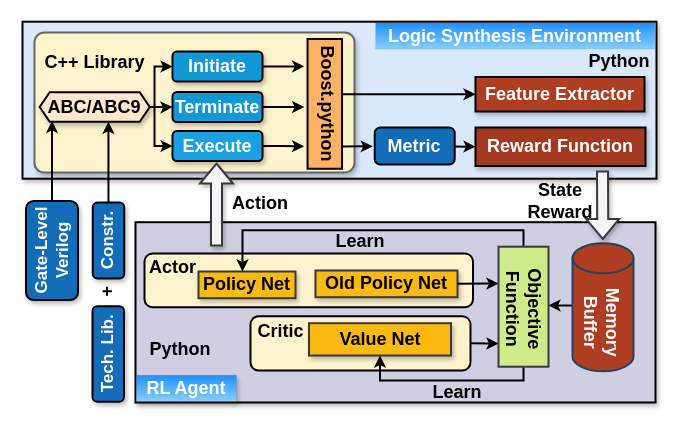
Above: learningframework.drawio in kxzhu0505/LogicSynOpt (draw.io), before the change. Source tidied: cells renumbered, new cells numbered last; positions are measured from the earlier drawing's top-left corner, leaving out a move shared by most shapes. Both pictures are drawn from the tidied source at 100%, with x=0, y=0 at pixel (2, 21).
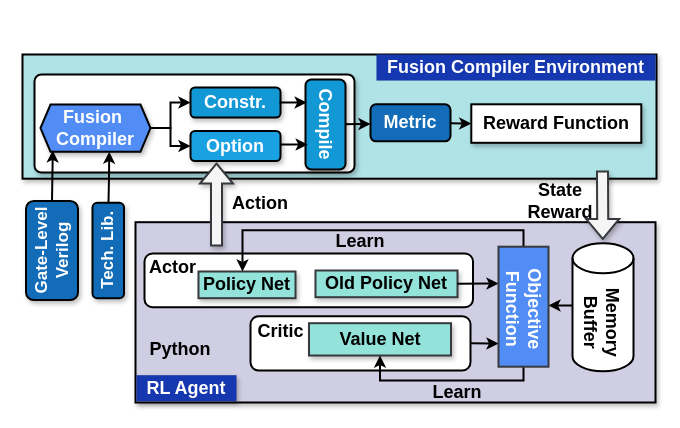
The same diagram, later.

Unchanged cells that the change refers to:
```xml
<mxCell id="46" style="group;" parent="1" vertex="1">
  <mxGeometry x="570" y="226.7" width="61" height="128" as="geometry" />
</mxCell>
```

Diff of the diagram source:
```diff
@@
-    <mxCell id="3" style="rounded=0;whiteSpace=wrap;html=1;fillColor=#dae8fc;strokeColor=#000000;strokeWidth=2;shadow=1;" parent="1" vertex="1">
-      <mxGeometry x="20" y="0.2" width="634" height="157" as="geometry" />
+    <mxCell id="3" style="rounded=0;whiteSpace=wrap;html=1;fillColor=#b0e3e6;strokeColor=light-dark(#000000, #46a8af);strokeWidth=2;shadow=1;" parent="1" vertex="1">
+      <mxGeometry x="20" y="33" width="634" height="124.2" as="geometry" />
     </mxCell>
-    <mxCell id="4" value="&lt;b style=&quot;&quot;&gt;&lt;font color=&quot;#ffffff&quot; style=&quot;font-size: 18px;&quot;&gt;Feature Extractor&lt;/font&gt;&lt;/b&gt;" style="rounded=0;whiteSpace=wrap;html=1;fillColor=#ae3d22;strokeColor=#000000;strokeWidth=2;shadow=1;" parent="1" vertex="1">
-      <mxGeometry x="473" y="55.5" width="169" height="34.5" as="geometry" />
-    </mxCell>
@@
     <mxCell id="6" value="&lt;font color=&quot;#ffffff&quot; size=&quot;1&quot; style=&quot;&quot;&gt;&lt;b style=&quot;font-size: 18px;&quot;&gt;Metric&lt;/b&gt;&lt;/font&gt;" style="rounded=1;whiteSpace=wrap;html=1;fillColor=#136cb7;strokeColor=#000000;strokeWidth=2;" parent="1" vertex="1">
-      <mxGeometry x="372.2" y="106" width="80" height="37" as="geometry" />
+      <mxGeometry x="368" y="82.8" width="80" height="37" as="geometry" />
     </mxCell>
-    <mxCell id="7" value="&lt;b style=&quot;&quot;&gt;&lt;font color=&quot;#ffffff&quot; style=&quot;font-size: 18px;&quot;&gt;Reward Function&lt;/font&gt;&lt;/b&gt;" style="rounded=0;whiteSpace=wrap;html=1;fillColor=#A23920;strokeColor=#000000;strokeWidth=2;shadow=1;" parent="1" vertex="1">
-      <mxGeometry x="473" y="106" width="170" height="38.5" as="geometry" />
+    <mxCell id="7" value="&lt;b style=&quot;&quot;&gt;&lt;font style=&quot;font-size: 18px; color: rgb(0, 0, 0);&quot;&gt;Reward Function&lt;/font&gt;&lt;/b&gt;" style="rounded=0;whiteSpace=wrap;html=1;fillColor=#FFFFFF;strokeColor=#000000;strokeWidth=2;shadow=1;" parent="1" vertex="1">
+      <mxGeometry x="468.8" y="82.8" width="170" height="38.5" as="geometry" />
     </mxCell>
@@
-    <mxCell id="9" value="&lt;font color=&quot;#ffffff&quot; size=&quot;1&quot; style=&quot;&quot;&gt;&lt;b style=&quot;font-size: 18px;&quot;&gt;RL Agent&lt;/b&gt;&lt;/font&gt;" style="text;html=1;align=center;verticalAlign=middle;whiteSpace=wrap;rounded=0;fillColor=#1E90FF;strokeColor=#36393d;strokeWidth=0;shadow=1;gradientColor=#87CEFA;" parent="1" vertex="1">
+    <mxCell id="9" value="&lt;font color=&quot;#ffffff&quot; size=&quot;1&quot; style=&quot;&quot;&gt;&lt;b style=&quot;font-size: 18px;&quot;&gt;RL Agent&lt;/b&gt;&lt;/font&gt;" style="text;html=1;align=center;verticalAlign=middle;whiteSpace=wrap;rounded=0;fillColor=#1537AF;strokeColor=#36393d;strokeWidth=0;shadow=1;gradientColor=none;" parent="1" vertex="1">
       <mxGeometry x="134" y="353.7" width="100" height="26" as="geometry" />
     </mxCell>
-    <mxCell id="10" style="rounded=1;whiteSpace=wrap;html=1;strokeWidth=2;fillColor=#fef3cd;" parent="1" vertex="1">
+    <mxCell id="10" style="rounded=1;whiteSpace=wrap;html=1;strokeWidth=2;fillColor=#FFFFFF;" parent="1" vertex="1">
       <mxGeometry x="142" y="232" width="328.5" height="53.7" as="geometry" />
     </mxCell>
-    <mxCell id="11" value="&lt;b style=&quot;&quot;&gt;&lt;font style=&quot;font-size: 18px;&quot;&gt;Policy Net&lt;/font&gt;&lt;/b&gt;" style="rounded=0;whiteSpace=wrap;html=1;fillColor=#faba11;strokeColor=#36393d;strokeWidth=2;shadow=1;" parent="1" vertex="1">
+    <mxCell id="11" value="&lt;b style=&quot;&quot;&gt;&lt;font style=&quot;font-size: 18px;&quot;&gt;Policy Net&lt;/font&gt;&lt;/b&gt;" style="rounded=0;whiteSpace=wrap;html=1;fillColor=light-dark(#93e3da, #824b00);strokeColor=#36393d;strokeWidth=2;shadow=1;" parent="1" vertex="1">
       <mxGeometry x="196" y="250" width="97" height="26.7" as="geometry" />
     </mxCell>
-    <mxCell id="12" value="&lt;b style=&quot;&quot;&gt;&lt;font style=&quot;font-size: 18px;&quot;&gt;Old Policy Net&lt;/font&gt;&lt;/b&gt;" style="rounded=0;whiteSpace=wrap;html=1;fillColor=#faba11;strokeColor=#36393d;strokeWidth=2;shadow=1;" parent="1" vertex="1">
+    <mxCell id="12" value="&lt;b style=&quot;&quot;&gt;&lt;font style=&quot;font-size: 18px;&quot;&gt;Old Policy Net&lt;/font&gt;&lt;/b&gt;" style="rounded=0;whiteSpace=wrap;html=1;fillColor=light-dark(#93e3da, #824b00);strokeColor=#36393d;strokeWidth=2;shadow=1;" parent="1" vertex="1">
       <mxGeometry x="313" y="249" width="142" height="26.7" as="geometry" />
     </mxCell>
-    <mxCell id="13" style="rounded=1;whiteSpace=wrap;html=1;strokeWidth=2;fillColor=#fef3cd;" parent="1" vertex="1">
+    <mxCell id="13" style="rounded=1;whiteSpace=wrap;html=1;strokeWidth=2;fillColor=#FFFFFF;" parent="1" vertex="1">
       <mxGeometry x="248" y="294.7" width="220" height="54.3" as="geometry" />
     </mxCell>
-    <mxCell id="14" value="&lt;b style=&quot;&quot;&gt;&lt;font style=&quot;font-size: 18px;&quot;&gt;Value Net&lt;/font&gt;&lt;/b&gt;" style="rounded=0;whiteSpace=wrap;html=1;fillColor=#faba11;strokeColor=#36393d;strokeWidth=2;shadow=1;" parent="1" vertex="1">
+    <mxCell id="14" value="&lt;b style=&quot;&quot;&gt;&lt;font style=&quot;font-size: 18px;&quot;&gt;Value Net&lt;/font&gt;&lt;/b&gt;" style="rounded=0;whiteSpace=wrap;html=1;fillColor=light-dark(#93e3da, #824b00);strokeColor=#36393d;strokeWidth=2;shadow=1;" parent="1" vertex="1">
       <mxGeometry x="306.5" y="301.7" width="142" height="32.3" as="geometry" />
     </mxCell>
@@
-    <mxCell id="22" style="rounded=1;whiteSpace=wrap;html=1;fillColor=#fef3cd;fontColor=#333333;strokeColor=#666666;strokeWidth=2;shadow=1;arcSize=7;" parent="1" vertex="1">
-      <mxGeometry x="32" y="11" width="320" height="140" as="geometry" />
+    <mxCell id="22" style="rounded=1;whiteSpace=wrap;html=1;fillColor=#FFFFFF;fontColor=#333333;strokeColor=#000000;strokeWidth=2;shadow=1;arcSize=7;" parent="1" vertex="1">
+      <mxGeometry x="32" y="53" width="320" height="98" as="geometry" />
     </mxCell>
-    <mxCell id="23" value="&lt;font color=&quot;#ffffff&quot;&gt;&lt;b style=&quot;font-size: 18px;&quot;&gt;Logic Synthesis&amp;nbsp;&lt;/b&gt;&lt;b style=&quot;background-color: initial; font-size: 18px;&quot;&gt;Environment&lt;/b&gt;&lt;/font&gt;" style="text;html=1;align=center;verticalAlign=middle;whiteSpace=wrap;rounded=0;fillColor=#1E90FF;strokeColor=#36393d;strokeWidth=0;shadow=0;gradientColor=#87CEFA;" parent="1" vertex="1">
-      <mxGeometry x="373.2" y="1.5" width="279" height="26" as="geometry" />
+    <mxCell id="23" value="&lt;font color=&quot;#ffffff&quot;&gt;&lt;b style=&quot;font-size: 18px;&quot;&gt;Fusion Compiler&amp;nbsp;&lt;/b&gt;&lt;b style=&quot;background-color: initial; font-size: 18px;&quot;&gt;Environment&lt;/b&gt;&lt;/font&gt;" style="text;html=1;align=center;verticalAlign=middle;whiteSpace=wrap;rounded=0;fillColor=#1537AF;strokeColor=#36393d;strokeWidth=0;shadow=0;gradientColor=none;" parent="1" vertex="1">
+      <mxGeometry x="374" y="33" width="279" height="26" as="geometry" />
     </mxCell>
-    <mxCell id="24" style="edgeStyle=orthogonalEdgeStyle;rounded=0;jettySize=auto;html=1;entryX=0;entryY=0.5;entryDx=0;entryDy=0;strokeWidth=2;" parent="1" edge="1" source="26" target="31">
-      <mxGeometry relative="1" as="geometry" />
-    </mxCell>
-    <mxCell id="25" style="edgeStyle=orthogonalEdgeStyle;rounded=0;jettySize=auto;html=1;entryX=0;entryY=0.5;entryDx=0;entryDy=0;strokeWidth=2;" parent="1" edge="1" source="26" target="32">
-      <mxGeometry relative="1" as="geometry">
-        <Array as="points">
-          <mxPoint x="152" y="86" />
-          <mxPoint x="152" y="125" />
-        </Array>
-      </mxGeometry>
+    <mxCell id="25" style="edgeStyle=orthogonalEdgeStyle;rounded=0;jettySize=auto;html=1;entryX=0;entryY=0.5;entryDx=0;entryDy=0;strokeWidth=2;exitX=1;exitY=0.5;exitDx=0;exitDy=0;" parent="1" edge="1" source="26" target="32">
+      <mxGeometry relative="1" as="geometry" />
     </mxCell>
-    <mxCell id="26" value="&lt;span style=&quot;font-size: 18px;&quot;&gt;&lt;b&gt;ABC/ABC9&lt;/b&gt;&lt;/span&gt;" style="shape=hexagon;perimeter=hexagonPerimeter2;whiteSpace=wrap;html=1;fixedSize=1;fillColor=#ffe6cc;strokeColor=#000000;strokeWidth=2;shadow=1;rounded=0;size=10;" parent="1" vertex="1">
-      <mxGeometry x="37.2" y="70.8" width="110" height="29.5" as="geometry" />
+    <mxCell id="26" value="&lt;span style=&quot;font-size: 18px;&quot;&gt;&lt;b&gt;&lt;font style=&quot;color: rgb(255, 255, 255);&quot;&gt;Fusion&amp;nbsp;&lt;/font&gt;&lt;/b&gt;&lt;/span&gt;&lt;div&gt;&lt;span style=&quot;font-size: 18px;&quot;&gt;&lt;b&gt;&lt;font style=&quot;color: rgb(255, 255, 255);&quot;&gt;Compiler&lt;/font&gt;&lt;/b&gt;&lt;/span&gt;&lt;/div&gt;" style="shape=hexagon;perimeter=hexagonPerimeter2;whiteSpace=wrap;html=1;fixedSize=1;fillColor=#518DF5;strokeColor=#000000;strokeWidth=2;shadow=1;rounded=0;size=10;" parent="1" vertex="1">
+      <mxGeometry x="38" y="83" width="110" height="47.2" as="geometry" />
     </mxCell>
-    <mxCell id="27" value="&lt;font style=&quot;font-size: 18px;&quot;&gt;&lt;b&gt;C++ Library&lt;/b&gt;&lt;/font&gt;" style="text;html=1;align=center;verticalAlign=middle;whiteSpace=wrap;rounded=0;" parent="1" vertex="1">
-      <mxGeometry x="39.5" y="25.5" width="105" height="30" as="geometry" />
-    </mxCell>
-    <mxCell id="28" value="&lt;font style=&quot;font-size: 18px;&quot;&gt;&lt;b&gt;Python&lt;/b&gt;&lt;/font&gt;" style="text;html=1;align=center;verticalAlign=middle;whiteSpace=wrap;rounded=0;" parent="1" vertex="1">
-      <mxGeometry x="587" y="25.2" width="60" height="30" as="geometry" />
-    </mxCell>
-    <mxCell id="29" style="edgeStyle=orthogonalEdgeStyle;rounded=0;jettySize=auto;html=1;entryX=1;entryY=0.5;entryDx=0;entryDy=0;startArrow=classic;startFill=1;endArrow=none;endFill=0;strokeWidth=2;" parent="1" edge="1" source="30" target="26">
-      <mxGeometry relative="1" as="geometry">
-        <Array as="points">
-          <mxPoint x="152" y="45" />
-          <mxPoint x="152" y="86" />
-        </Array>
-      </mxGeometry>
+    <mxCell id="29" style="edgeStyle=orthogonalEdgeStyle;rounded=0;jettySize=auto;html=1;entryX=1;entryY=0.5;entryDx=0;entryDy=0;startArrow=classic;startFill=1;endArrow=none;endFill=0;strokeWidth=2;exitX=0;exitY=0.5;exitDx=0;exitDy=0;" parent="1" edge="1" source="30" target="26">
+      <mxGeometry relative="1" as="geometry" />
     </mxCell>
-    <mxCell id="30" value="&lt;b style=&quot;font-size: 18px;&quot;&gt;Initiate&lt;/b&gt;" style="rounded=1;whiteSpace=wrap;html=1;fillColor=#1398d6;strokeColor=#000000;strokeWidth=2;shadow=1;fontColor=#ffffff;" parent="1" vertex="1">
-      <mxGeometry x="170" y="30" width="90" height="30" as="geometry" />
+    <mxCell id="30" value="&lt;b style=&quot;font-size: 18px;&quot;&gt;Constr.&lt;/b&gt;" style="rounded=1;whiteSpace=wrap;html=1;fillColor=#1398d6;strokeColor=#000000;strokeWidth=2;shadow=1;fontColor=#ffffff;" parent="1" vertex="1">
+      <mxGeometry x="188" y="66" width="90" height="30" as="geometry" />
     </mxCell>
-    <mxCell id="31" value="&lt;b style=&quot;font-size: 18px;&quot;&gt;Terminate&lt;/b&gt;" style="rounded=1;whiteSpace=wrap;html=1;fillColor=#1398d6;strokeColor=#000000;strokeWidth=2;shadow=1;fontColor=#ffffff;" parent="1" vertex="1">
-      <mxGeometry x="170" y="70.5" width="90" height="30" as="geometry" />
-    </mxCell>
-    <mxCell id="32" value="&lt;b style=&quot;font-size: 18px;&quot;&gt;Execute&lt;/b&gt;" style="rounded=1;whiteSpace=wrap;html=1;fillColor=#1aa1e2;strokeColor=#000000;strokeWidth=2;shadow=1;fontColor=#ffffff;" parent="1" vertex="1">
-      <mxGeometry x="170" y="109.5" width="90" height="30" as="geometry" />
+    <mxCell id="32" value="&lt;b style=&quot;font-size: 18px;&quot;&gt;Option&lt;/b&gt;" style="rounded=1;whiteSpace=wrap;html=1;fillColor=#1aa1e2;strokeColor=#000000;strokeWidth=2;shadow=1;fontColor=#ffffff;" parent="1" vertex="1">
+      <mxGeometry x="188" y="109.5" width="90" height="30" as="geometry" />
     </mxCell>
     <mxCell id="33" style="rounded=0;orthogonalLoop=1;jettySize=auto;html=1;endArrow=none;endFill=0;startArrow=classic;startFill=1;strokeWidth=2;" parent="1" edge="1">
       <mxGeometry relative="1" as="geometry">
-        <mxPoint x="370.2" y="124.8" as="sourcePoint" />
-        <mxPoint x="340" y="125" as="targetPoint" />
+        <mxPoint x="368" y="102.5" as="sourcePoint" />
+        <mxPoint x="337.8" y="102.7" as="targetPoint" />
       </mxGeometry>
     </mxCell>
-    <mxCell id="34" style="rounded=0;jettySize=auto;html=1;strokeWidth=2;startArrow=classic;startFill=1;endArrow=none;endFill=0;exitX=0;exitY=0.5;exitDx=0;exitDy=0;entryX=0.018;entryY=0.606;entryDx=0;entryDy=0;entryPerimeter=0;" parent="1" edge="1" source="4" target="41">
-      <mxGeometry relative="1" as="geometry" />
-    </mxCell>
-    <mxCell id="35" style="edgeStyle=orthogonalEdgeStyle;rounded=0;jettySize=auto;html=1;entryX=-0.008;entryY=0.281;entryDx=0;entryDy=0;entryPerimeter=0;strokeWidth=2;" parent="1" edge="1" source="30">
-      <mxGeometry relative="1" as="geometry">
-        <mxPoint x="301.7" y="44.8" as="targetPoint" />
-      </mxGeometry>
-    </mxCell>
-    <mxCell id="36" style="edgeStyle=orthogonalEdgeStyle;rounded=0;jettySize=auto;html=1;entryX=-0.008;entryY=0.572;entryDx=0;entryDy=0;entryPerimeter=0;strokeWidth=2;" parent="1" edge="1" source="31">
-      <mxGeometry relative="1" as="geometry">
-        <mxPoint x="301.7" y="85.6" as="targetPoint" />
-      </mxGeometry>
-    </mxCell>
-    <mxCell id="37" style="edgeStyle=orthogonalEdgeStyle;rounded=0;jettySize=auto;html=1;entryX=-0.011;entryY=0.852;entryDx=0;entryDy=0;entryPerimeter=0;strokeWidth=2;" parent="1" edge="1" source="32">
-      <mxGeometry relative="1" as="geometry">
-        <mxPoint x="301.6" y="124.8" as="targetPoint" />
-      </mxGeometry>
-    </mxCell>
@@
-    <mxCell id="40" style="rounded=0;whiteSpace=wrap;html=1;fillColor=#FFB266;strokeColor=#000000;strokeWidth=2;rotation=90;" parent="1" vertex="1">
-      <mxGeometry x="257.4" y="65.1" width="129.8" height="34.5" as="geometry" />
-    </mxCell>
-    <mxCell id="41" value="&lt;b style=&quot;font-size: 18px;&quot;&gt;Boost.python&lt;/b&gt;" style="text;html=1;align=center;verticalAlign=middle;whiteSpace=wrap;rounded=0;direction=south;rotation=90;" parent="1" vertex="1">
-      <mxGeometry x="279" y="70" width="92" height="25" as="geometry" />
-    </mxCell>
     <mxCell id="42" value="&lt;font color=&quot;#ffffff&quot;&gt;&lt;span style=&quot;font-size: 17px;&quot;&gt;&lt;b&gt;Tech. Lib.&lt;/b&gt;&lt;/span&gt;&lt;/font&gt;" style="rounded=1;whiteSpace=wrap;html=1;fillColor=#136cb7;strokeColor=#000000;strokeWidth=2;shadow=1;rotation=-90;" parent="1" vertex="1">
-      <mxGeometry x="58" y="316.8" width="95.5" height="31.5" as="geometry" />
+      <mxGeometry x="58" y="213.3" width="95.5" height="31.5" as="geometry" />
     </mxCell>
-    <mxCell id="43" style="edgeStyle=orthogonalEdgeStyle;rounded=0;jettySize=auto;html=1;entryX=0.625;entryY=1;entryDx=0;entryDy=0;strokeWidth=2;" parent="1" edge="1" source="44" target="26">
-      <mxGeometry relative="1" as="geometry" />
+    <mxCell id="43" style="edgeStyle=orthogonalEdgeStyle;rounded=0;jettySize=auto;html=1;entryX=0.625;entryY=1;entryDx=0;entryDy=0;strokeWidth=2;" parent="1" edge="1" target="26">
+      <mxGeometry relative="1" as="geometry">
+        <mxPoint x="106" y="181" as="sourcePoint" />
+      </mxGeometry>
     </mxCell>
-    <mxCell id="44" value="&lt;font color=&quot;#ffffff&quot;&gt;&lt;span style=&quot;font-size: 17px;&quot;&gt;&lt;b&gt;Constr.&lt;/b&gt;&lt;/span&gt;&lt;/font&gt;" style="rounded=1;whiteSpace=wrap;html=1;fillColor=#136cb7;strokeColor=#000000;strokeWidth=2;shadow=1;rotation=-90;" parent="1" vertex="1">
-      <mxGeometry x="68" y="203.2" width="76" height="31.5" as="geometry" />
-    </mxCell>
@@
-    <mxCell id="47" style="shape=cylinder3;whiteSpace=wrap;html=1;boundedLbl=1;backgroundOutline=1;size=15;fillColor=#ae3d22;strokeColor=#23445d;strokeWidth=2;" parent="46" vertex="1">
+    <mxCell id="47" style="shape=cylinder3;whiteSpace=wrap;html=1;boundedLbl=1;backgroundOutline=1;size=15;strokeWidth=2;" parent="46" vertex="1">
       <mxGeometry y="-5" width="61" height="128" as="geometry" />
     </mxCell>
-    <mxCell id="48" value="&lt;font style=&quot;font-size: 18px;&quot; color=&quot;#ffffff&quot;&gt;&lt;b&gt;Memory&lt;/b&gt;&lt;/font&gt;&lt;div style=&quot;font-size: 18px;&quot;&gt;&lt;font color=&quot;#ffffff&quot;&gt;&lt;b&gt;Buffer&lt;/b&gt;&lt;/font&gt;&lt;/div&gt;" style="text;html=1;align=center;verticalAlign=middle;whiteSpace=wrap;rounded=0;direction=south;rotation=90;" parent="46" vertex="1">
+    <mxCell id="48" value="&lt;font style=&quot;font-size: 18px;&quot;&gt;&lt;b style=&quot;&quot;&gt;Memory&lt;/b&gt;&lt;/font&gt;&lt;div style=&quot;font-size: 18px;&quot;&gt;&lt;font&gt;&lt;b style=&quot;&quot;&gt;Buffer&lt;/b&gt;&lt;/font&gt;&lt;/div&gt;" style="text;html=1;align=center;verticalAlign=middle;whiteSpace=wrap;rounded=0;direction=south;rotation=90;" parent="46" vertex="1">
       <mxGeometry x="-10.3" y="62.6" width="79.9" height="23" as="geometry" />
     </mxCell>
-    <mxCell id="49" style="group;fillColor=#cdeb8b;strokeColor=#36393d;strokeWidth=2;" parent="1" vertex="1">
+    <mxCell id="49" style="group;fillColor=#518DF5;strokeColor=#36393d;strokeWidth=2;" parent="1" vertex="1">
       <mxGeometry x="496" y="225.2" width="50" height="120" as="geometry" />
     </mxCell>
-    <mxCell id="50" value="&lt;font style=&quot;font-size: 18px;&quot;&gt;&lt;b&gt;Objective&lt;/b&gt;&lt;/font&gt;&lt;div style=&quot;font-size: 18px;&quot;&gt;&lt;b&gt;Function&lt;/b&gt;&lt;/div&gt;" style="text;html=1;align=center;verticalAlign=middle;whiteSpace=wrap;rounded=0;direction=south;rotation=90;" parent="1" vertex="1">
+    <mxCell id="50" value="&lt;font style=&quot;font-size: 18px; color: rgb(255, 255, 255);&quot;&gt;&lt;b&gt;Objective&lt;/b&gt;&lt;/font&gt;&lt;div style=&quot;font-size: 18px;&quot;&gt;&lt;b&gt;&lt;font style=&quot;color: rgb(255, 255, 255);&quot;&gt;Function&lt;/font&gt;&lt;/b&gt;&lt;/div&gt;" style="text;html=1;align=center;verticalAlign=middle;whiteSpace=wrap;rounded=0;direction=south;rotation=90;" parent="1" vertex="1">
       <mxGeometry x="474.5" y="274.7" width="93" height="25" as="geometry" />
     </mxCell>
@@
-    <mxCell id="54" value="&lt;font style=&quot;font-size: 18px;&quot;&gt;&lt;b&gt;+&lt;/b&gt;&lt;/font&gt;" style="text;html=1;align=center;verticalAlign=middle;whiteSpace=wrap;rounded=0;rotation=-90;" parent="1" vertex="1">
-      <mxGeometry x="95.8" y="263" width="20" height="14.7" as="geometry" />
-    </mxCell>
@@
+    <mxCell id="57" value="&lt;b style=&quot;font-size: 18px;&quot;&gt;Compile&lt;/b&gt;" style="rounded=1;whiteSpace=wrap;html=1;fillColor=#1398d6;strokeColor=#000000;strokeWidth=2;shadow=1;fontColor=#ffffff;rotation=90;" parent="1" vertex="1">
+      <mxGeometry x="278" y="83" width="90" height="40" as="geometry" />
+    </mxCell>
+    <mxCell id="58" style="rounded=0;orthogonalLoop=1;jettySize=auto;html=1;endArrow=none;endFill=0;startArrow=classic;startFill=1;strokeWidth=2;" parent="1" edge="1">
+      <mxGeometry relative="1" as="geometry">
+        <mxPoint x="305.2" y="123" as="sourcePoint" />
+        <mxPoint x="278" y="123" as="targetPoint" />
+      </mxGeometry>
+    </mxCell>
+    <mxCell id="59" style="rounded=0;orthogonalLoop=1;jettySize=auto;html=1;endArrow=none;endFill=0;startArrow=classic;startFill=1;strokeWidth=2;" parent="1" edge="1">
+      <mxGeometry relative="1" as="geometry">
+        <mxPoint x="304.2" y="81" as="sourcePoint" />
+        <mxPoint x="277" y="81" as="targetPoint" />
+      </mxGeometry>
+    </mxCell>
```
